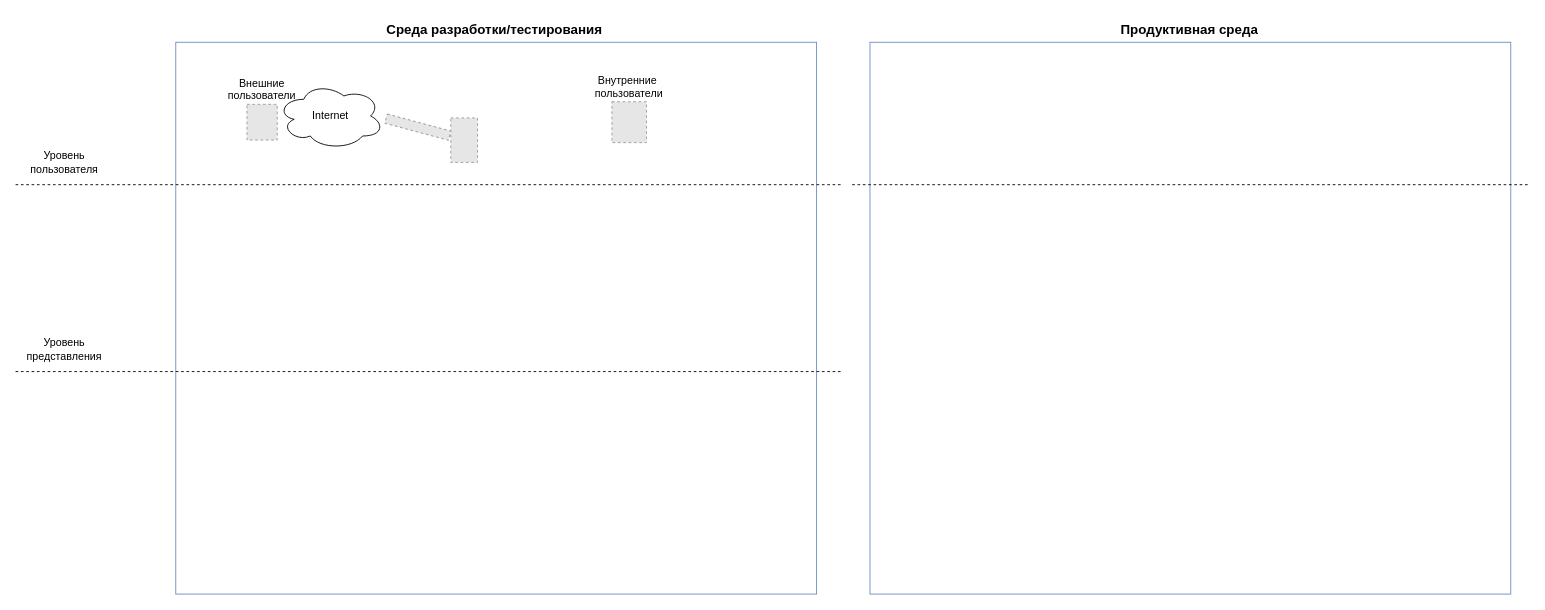
This is page "Архитектура решения" (3 of 3) of Диаграмма без названия.drawio from SamRozhkov/DocTrix, a draw.io file, before an edit. Source tidied: cells renumbered, new cells numbered last; positions are measured from the earlier drawing's top-left corner, leaving out a move shared by most shapes. Both pictures are drawn from the tidied source at 89%, with x=0, y=0 at pixel (15, 15). Pictures stored in the file or linked from it are replaced by grey dashed boxes.
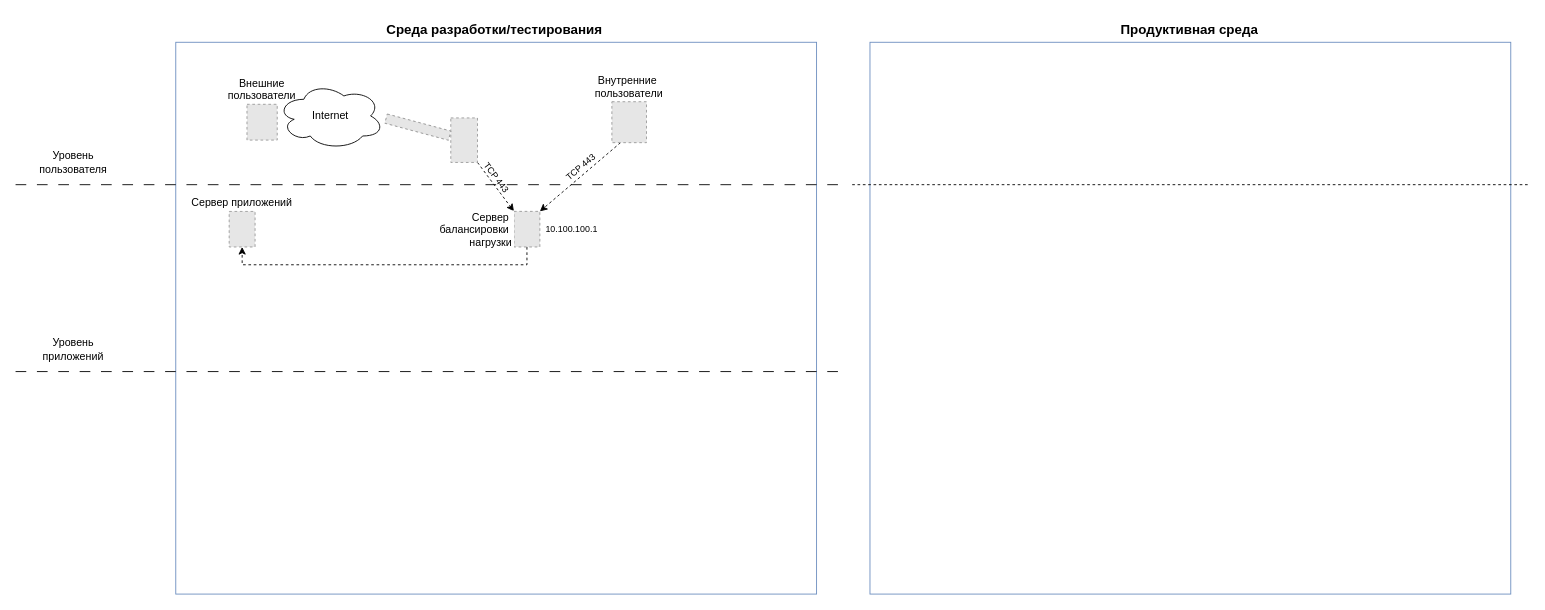
The same diagram, later.

The change refers to these unchanged cells:
```xml
<mxCell id="9" value="Внутренние &#10;пользователи" style="fillColor=#E6E6E6;strokeColor=#999999;dashed=1;verticalLabelPosition=top;labelBackgroundColor=default;verticalAlign=bottom;labelPosition=center;align=center;" parent="1" vertex="1">
  <mxGeometry x="670" y="96.8" width="38.9" height="46" as="geometry" />
</mxCell>
<mxCell id="10" style="fillColor=#E6E6E6;strokeColor=#999999;dashed=1;verticalLabelPosition=bottom;labelBackgroundColor=default;verticalAlign=top;" parent="1" vertex="1">
  <mxGeometry x="489" y="115" width="30" height="50" as="geometry" />
</mxCell>
```

Change to the diagram source:
```diff
@@
-    <mxCell id="3" style="endArrow=none;dashed=1;html=1;rounded=0;" parent="1" edge="1">
+    <mxCell id="3" style="endArrow=none;dashed=1;html=1;rounded=0;dashPattern=12 12;" parent="1" edge="1">
       <mxGeometry relative="1" as="geometry">
         <mxPoint y="190" as="sourcePoint" />
         <mxPoint x="930" y="190" as="targetPoint" />
       </mxGeometry>
     </mxCell>
@@
     <mxCell id="8" value="Уровень пользователя" style="text;html=1;align=center;verticalAlign=middle;whiteSpace=wrap;rounded=0;" parent="1" vertex="1">
-      <mxGeometry x="10" y="150" width="90" height="30" as="geometry" />
+      <mxGeometry x="20" y="150.3" width="90" height="30" as="geometry" />
     </mxCell>
+    <mxCell id="16" style="rounded=0;jettySize=auto;html=1;exitX=0.25;exitY=1;exitDx=0;exitDy=0;entryX=1;entryY=0;entryDx=0;entryDy=0;dashed=1;" parent="1" edge="1" source="9" target="19">
+      <mxGeometry relative="1" as="geometry" />
+    </mxCell>
@@
+    <mxCell id="17" style="rounded=0;jettySize=auto;html=1;exitX=1;exitY=1;exitDx=0;exitDy=0;entryX=0;entryY=0;entryDx=0;entryDy=0;dashed=1;" parent="1" edge="1" source="10" target="19">
+      <mxGeometry relative="1" as="geometry" />
+    </mxCell>
@@
-    <mxCell id="14" style="endArrow=none;dashed=1;html=1;rounded=0;" parent="1" edge="1">
+    <mxCell id="14" style="endArrow=none;dashed=1;html=1;rounded=0;dashPattern=12 12;" parent="1" edge="1">
       <mxGeometry relative="1" as="geometry">
         <mxPoint y="400" as="sourcePoint" />
         <mxPoint x="930" y="400" as="targetPoint" />
       </mxGeometry>
     </mxCell>
-    <mxCell id="15" value="Уровень представления" style="text;html=1;align=center;verticalAlign=middle;whiteSpace=wrap;rounded=0;" parent="1" vertex="1">
-      <mxGeometry x="10" y="360" width="90" height="30" as="geometry" />
+    <mxCell id="15" value="Уровень приложений" style="text;html=1;align=center;verticalAlign=middle;whiteSpace=wrap;rounded=0;" parent="1" vertex="1">
+      <mxGeometry x="20" y="360" width="90" height="30" as="geometry" />
     </mxCell>
+    <mxCell id="18" style="edgeStyle=orthogonalEdgeStyle;rounded=0;jettySize=auto;html=1;exitX=0.5;exitY=1;exitDx=0;exitDy=0;entryX=0.5;entryY=1;entryDx=0;entryDy=0;dashed=1;" parent="1" edge="1" source="19" target="23">
+      <mxGeometry relative="1" as="geometry" />
+    </mxCell>
+    <mxCell id="19" value="Сервер &#10;балансировки &#10;нагрузки" style="fillColor=#E6E6E6;strokeColor=#999999;dashed=1;verticalLabelPosition=middle;labelBackgroundColor=default;verticalAlign=middle;labelPosition=left;align=right;" parent="1" vertex="1">
+      <mxGeometry x="560" y="220" width="29.1" height="40" as="geometry" />
+    </mxCell>
+    <mxCell id="20" value="TCP 443" style="text;html=1;align=center;verticalAlign=middle;whiteSpace=wrap;rounded=0;fontSize=10;rotation=-40;" parent="1" vertex="1">
+      <mxGeometry x="610" y="165" width="50" height="10" as="geometry" />
+    </mxCell>
+    <mxCell id="21" value="10.100.100.1" style="text;html=1;align=center;verticalAlign=middle;whiteSpace=wrap;rounded=0;fontSize=10;" parent="1" vertex="1">
+      <mxGeometry x="600" y="235" width="50" height="10" as="geometry" />
+    </mxCell>
+    <mxCell id="22" value="TCP 443" style="text;html=1;align=center;verticalAlign=middle;whiteSpace=wrap;rounded=0;fontSize=10;rotation=53;" parent="1" vertex="1">
+      <mxGeometry x="516" y="177" width="50" height="10" as="geometry" />
+    </mxCell>
+    <mxCell id="23" value="Сервер приложений" style="fillColor=#E6E6E6;strokeColor=#999999;dashed=1;verticalLabelPosition=top;labelBackgroundColor=default;verticalAlign=bottom;labelPosition=center;align=center;" parent="1" vertex="1">
+      <mxGeometry x="240" y="220" width="29.1" height="40" as="geometry" />
+    </mxCell>
```
